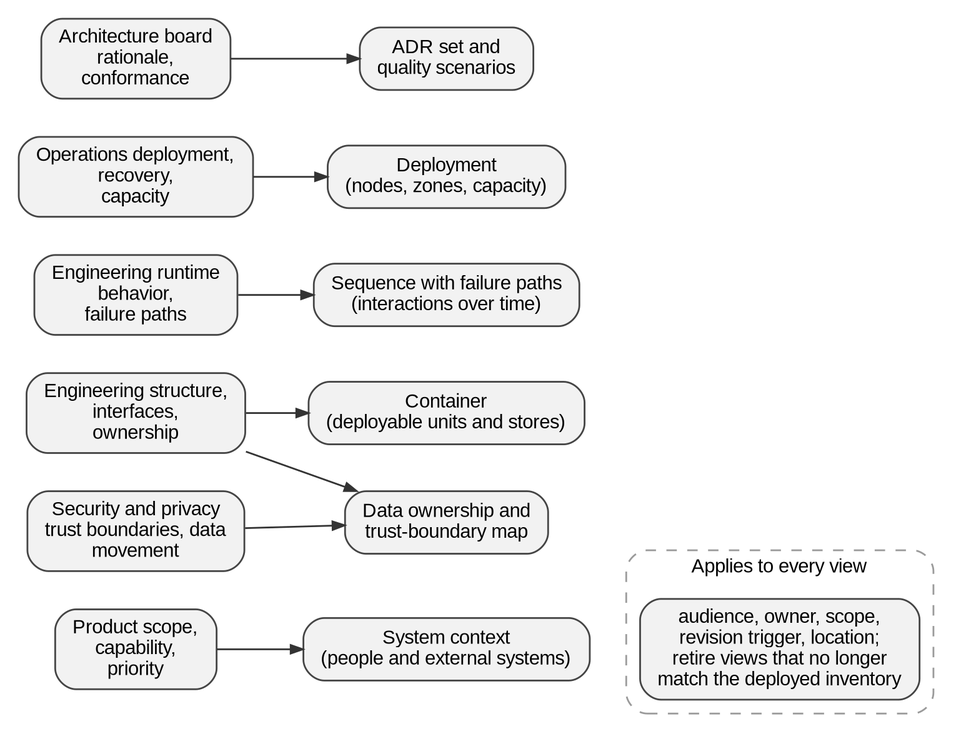
cesarcastrocuba/handbook-solutions-architecture keeps this Graphviz diagram as assets/diagrams/rendered/ch12-view-concern-map.png. Above is the earlier version. Its source is kept beside it as assets/diagrams/src/ch12-view-concern-map.dot.
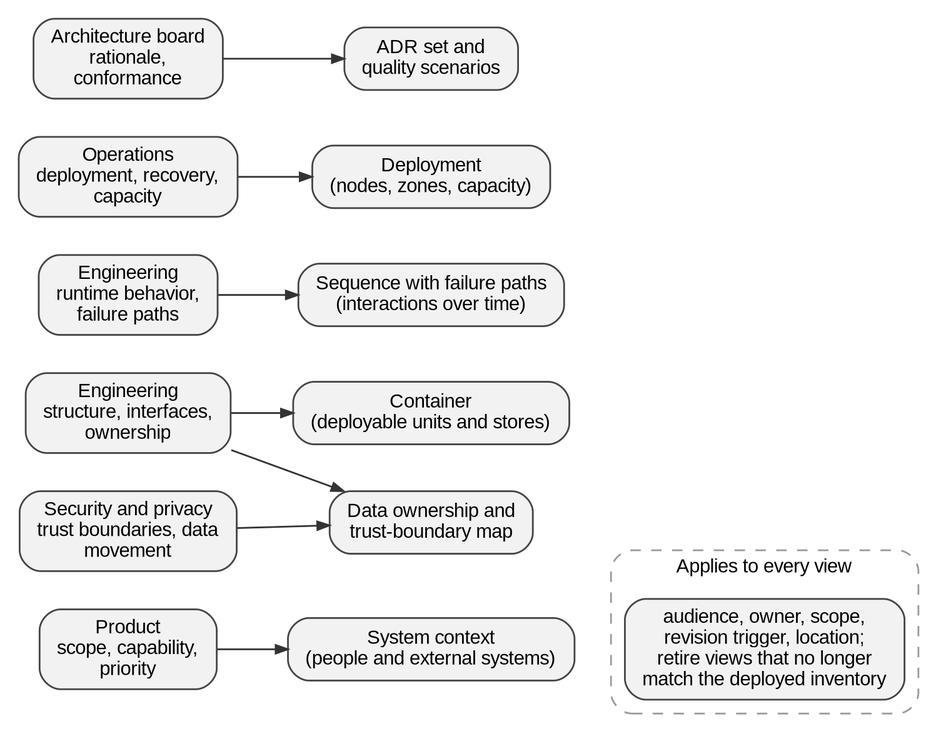
After the commit.

What changed in the source:
```diff
@@ -1,10 +1,10 @@
 digraph G {
 
  rankdir=LR;
- c1 [label="Product scope,\ncapability,\npriority"];
- c2 [label="Engineering structure,\ninterfaces,\nownership"];
- c3 [label="Engineering runtime\nbehavior,\nfailure paths"];
- c4 [label="Operations deployment,\nrecovery,\ncapacity"];
+ c1 [label="Product\nscope, capability,\npriority"];
+ c2 [label="Engineering\nstructure, interfaces,\nownership"];
+ c3 [label="Engineering\nruntime behavior,\nfailure paths"];
+ c4 [label="Operations\ndeployment, recovery,\ncapacity"];
  c5 [label="Security and privacy\ntrust boundaries, data\nmovement"];
  c6 [label="Architecture board\nrationale,\nconformance"];
  v1 [label="System context\n(people and external systems)"];
```
